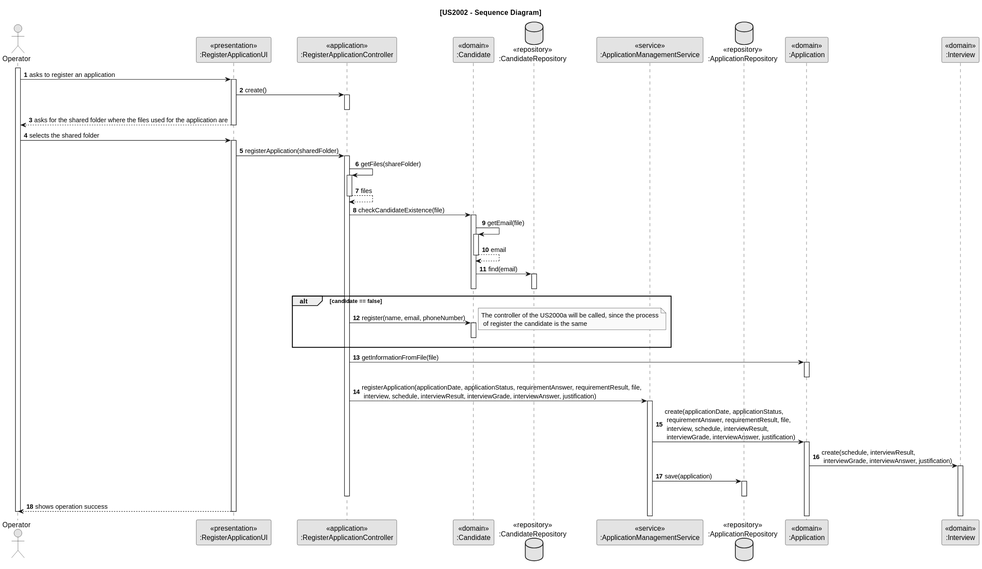
The PlantUML diagram docs/sb_us_2002/us_2002_SD.svg in rita-barbosa/LAPR4-2324, before a commit.
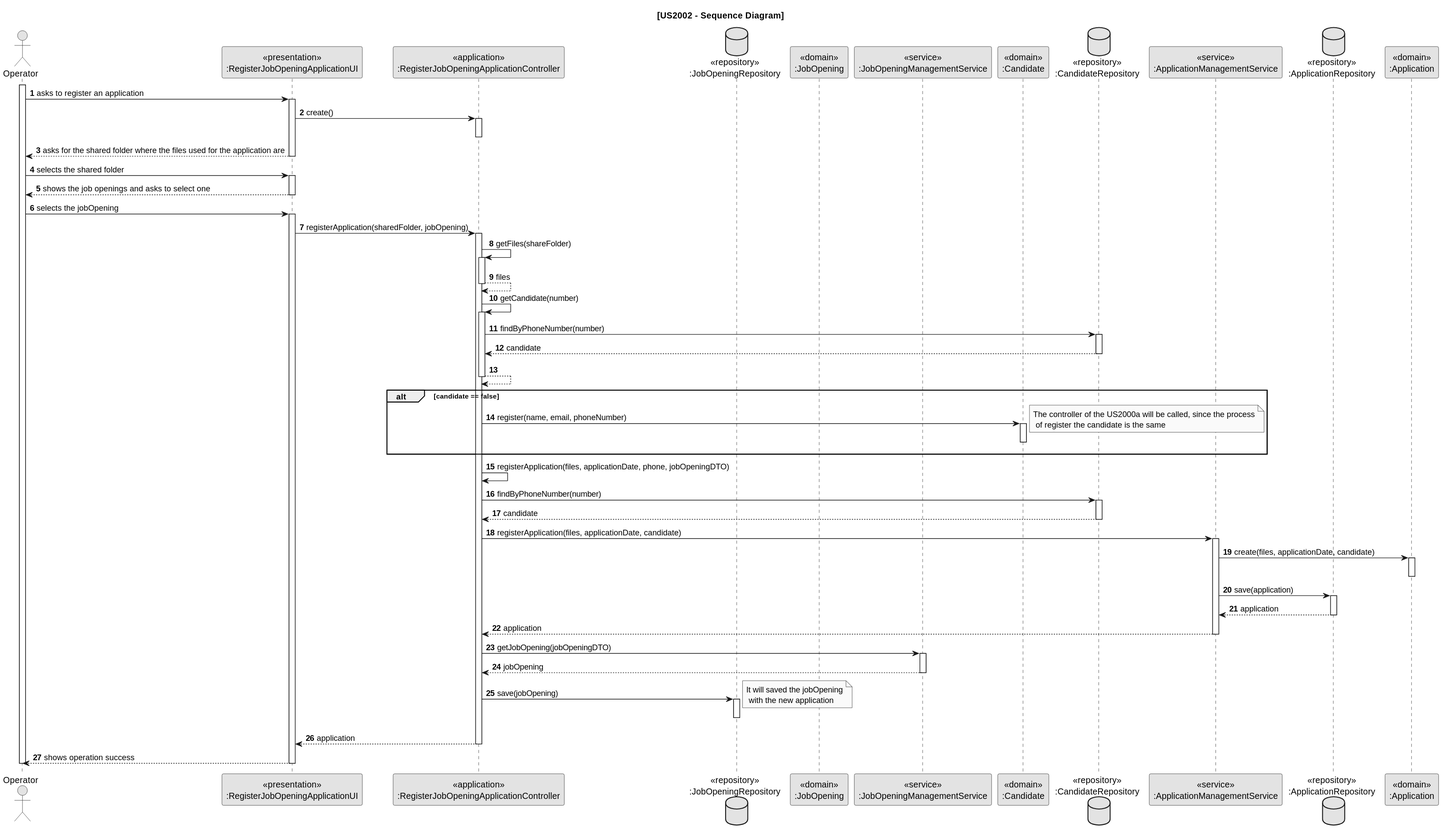
Later version of the same file.

Change to the diagram source:
```diff
@@ -8,14 +8,17 @@
 title [US2002 - Sequence Diagram]
 
 actor "Operator" as OP
-participant "<<presentation>>\n:RegisterApplicationUI" as UI
-participant "<<application>>\n:RegisterApplicationController" as CTRL
+participant "<<presentation>>\n:RegisterJobOpeningApplicationUI" as UI
+participant "<<application>>\n:RegisterJobOpeningApplicationController" as CTRL
+participant "<<service>>\n:JobOpeningManagementService" as JobManagement
+database "<<repository>>\n:JobOpeningRepository" as JobOpeningRepository
+participant "<<domain>>\n:JobOpening" as JobOpening
+participant "<<service>>\n:JobOpeningManagementService" as JobManagement
 participant "<<domain>>\n:Candidate" as Candidate
 database "<<repository>>\n:CandidateRepository" as CandidateRepository
 participant "<<service>>\n:ApplicationManagementService" as AppManagement
 database "<<repository>>\n:ApplicationRepository" as ApplicationRepository
 participant "<<domain>>\n:Application" as Application
-participant "<<domain>>\n:Interview" as Interview
 
 activate OP
 
@@ -33,7 +36,14 @@
 OP -> UI : selects the shared folder
 activate UI
 
-UI -> CTRL : registerApplication(sharedFolder)
+UI --> OP : shows the job openings and asks to select one
+deactivate UI
+
+OP -> UI : selects the jobOpening
+activate UI
+
+
+UI -> CTRL : registerApplication(sharedFolder, jobOpening)
 activate CTRL
 
 CTRL -> CTRL : getFiles(shareFolder)
@@ -42,23 +52,18 @@
 CTRL --> CTRL : files
 deactivate CTRL
 
-CTRL -> Candidate : checkCandidateExistence(file)
-activate Candidate
+CTRL -> CTRL : getCandidate(number)
+activate CTRL
 
-
-Candidate -> Candidate : getEmail(file)
-activate Candidate
-
-Candidate --> Candidate : email
-deactivate Candidate
-
-Candidate -> CandidateRepository : find(email)
+CTRL -> CandidateRepository : findByPhoneNumber(number)
 activate CandidateRepository
 
+CandidateRepository --> CTRL : candidate
 deactivate CandidateRepository
 
+CTRL --> CTRL :
+deactivate CTRL
 
-deactivate Candidate
 
 alt candidate == false
 
@@ -74,25 +79,53 @@
 end alt
 
 
+deactivate Application
 
-CTRL -> Application : getInformationFromFile(file)
-activate Application
+CTRL -> CTRL : registerApplication(files, applicationDate, phone, jobOpeningDTO)
 
 
-deactivate Application
+CTRL -> CandidateRepository : findByPhoneNumber(number)
+activate CandidateRepository
 
-CTRL -> AppManagement : registerApplication(applicationDate, applicationStatus, requirementAnswer, requirementResult, file,\n interview, schedule, interviewResult, interviewGrade, interviewAnswer, justification)
+CandidateRepository --> CTRL : candidate
+deactivate CandidateRepository
+
+CTRL -> AppManagement : registerApplication(files, applicationDate, candidate)
 activate AppManagement
 
-AppManagement -> Application : create(applicationDate, applicationStatus,\n requirementAnswer, requirementResult, file,\n interview, schedule, interviewResult,\n interviewGrade, interviewAnswer, justification)
+AppManagement -> Application : create(files, applicationDate, candidate)
 activate Application
-
-Application -> Interview : create(schedule, interviewResult,\n interviewGrade, interviewAnswer, justification)
-activate Interview
+deactivate Application
 
 AppManagement -> ApplicationRepository : save(application)
 activate ApplicationRepository
+
+ApplicationRepository --> AppManagement : application
 deactivate ApplicationRepository
+
+AppManagement --> CTRL : application
+deactivate AppManagement
+
+CTRL -> JobManagement : getJobOpening(jobOpeningDTO)
+activate JobManagement
+
+JobManagement --> CTRL : jobOpening
+deactivate JobManagement
+
+
+CTRL -> JobOpeningRepository : save(jobOpening)
+activate JobOpeningRepository
+deactivate JobOpeningRepository
+
+
+note right: It will saved the jobOpening\n with the new application
+
+
+CTRL --> UI : application
+deactivate CTRL
+
+
+
 
 
 
```
